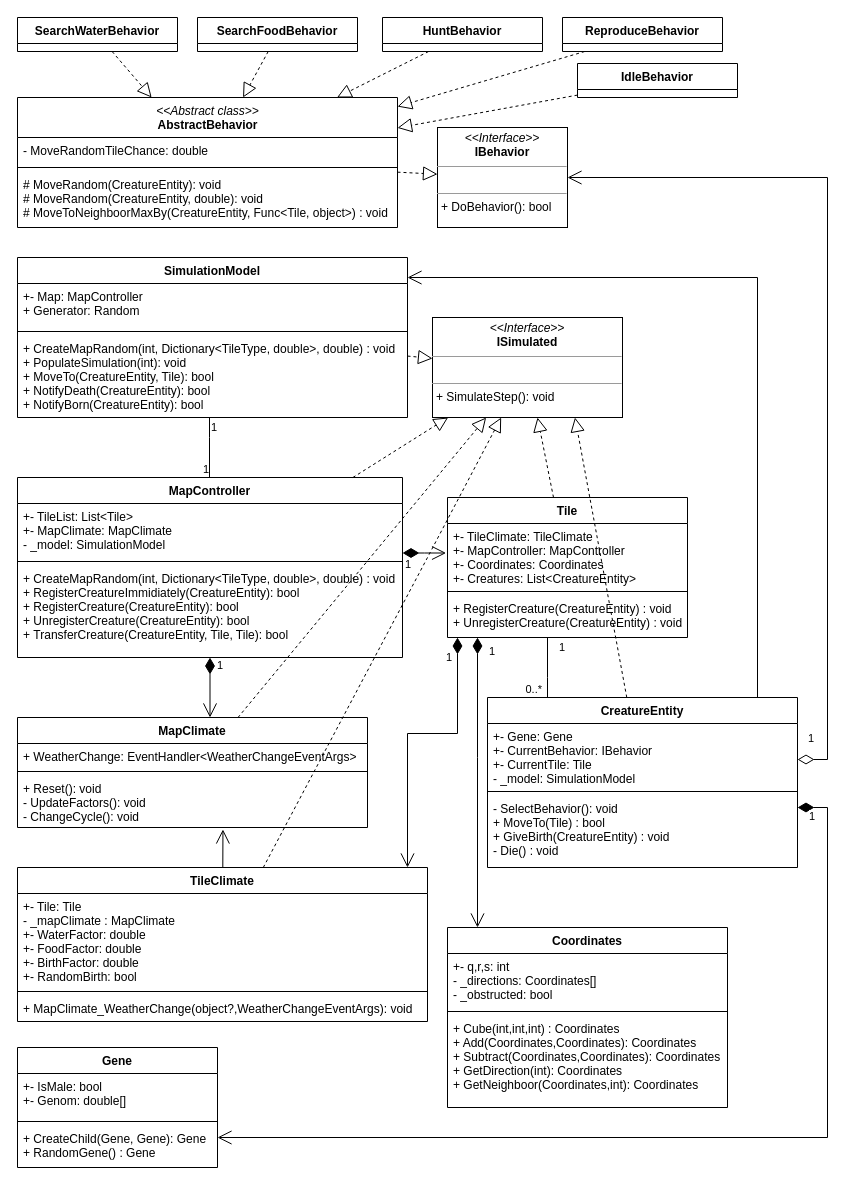
The draw.io diagram Planning/UML/uml-decomp.drawio in Stellarthoughts/Hexalife2D, before the edit. Source tidied: cells renumbered, new cells numbered last; positions are measured from the earlier drawing's top-left corner, leaving out a move shared by most shapes. Both pictures are drawn from the tidied source at 100%, with x=0, y=0 at pixel (17, 17).
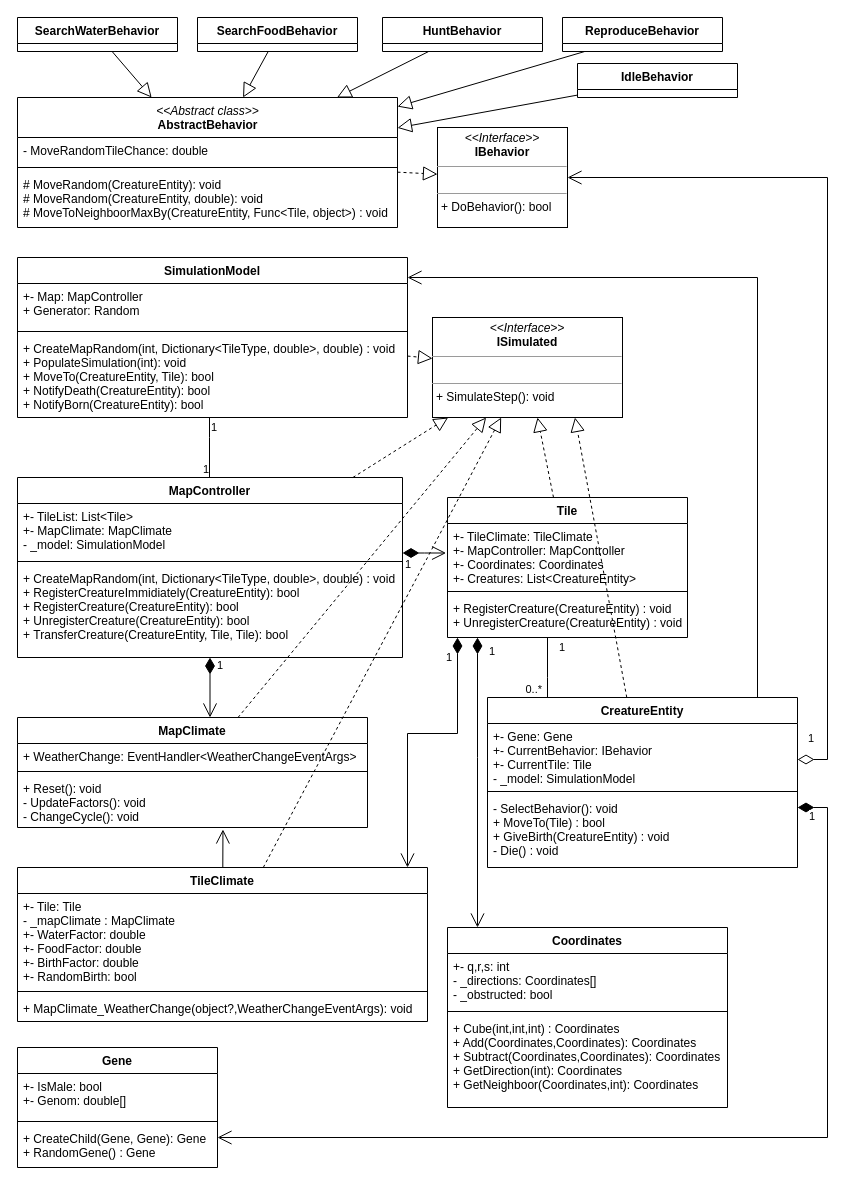
The same diagram, later.

Commit message (it also covers changes not shown here):
uml decomp

Unchanged cells that the change refers to:
```xml
<mxCell id="13" value="SearchWaterBehavior" style="swimlane;fontStyle=1;align=center;verticalAlign=top;horizontal=1;startSize=26;" parent="1" vertex="1">
  <mxGeometry width="160" height="34" as="geometry" />
</mxCell>
<mxCell id="14" value="SearchFoodBehavior" style="swimlane;fontStyle=1;align=center;verticalAlign=top;horizontal=1;startSize=26;" parent="1" vertex="1">
  <mxGeometry x="180" width="160" height="34" as="geometry" />
</mxCell>
<mxCell id="15" value="HuntBehavior" style="swimlane;fontStyle=1;align=center;verticalAlign=top;horizontal=1;startSize=26;" parent="1" vertex="1">
  <mxGeometry x="365" width="160" height="34" as="geometry" />
</mxCell>
<mxCell id="16" value="ReproduceBehavior" style="swimlane;fontStyle=1;align=center;verticalAlign=top;horizontal=1;startSize=26;" parent="1" vertex="1">
  <mxGeometry x="545" width="160" height="34" as="geometry" />
</mxCell>
<mxCell id="62" value="&amp;lt;&amp;lt;Abstract class&amp;gt;&amp;gt;&lt;br&gt;&lt;b style=&quot;font-style: normal&quot;&gt;AbstractBehavior&lt;/b&gt;" style="swimlane;fontStyle=2;align=center;verticalAlign=top;horizontal=1;startSize=40;html=1;" parent="1" vertex="1">
  <mxGeometry y="80" width="380" height="130" as="geometry" />
</mxCell>
<mxCell id="69" value="IdleBehavior" style="swimlane;fontStyle=1;align=center;verticalAlign=top;horizontal=1;startSize=26;" parent="1" vertex="1">
  <mxGeometry x="560" y="46" width="160" height="34" as="geometry" />
</mxCell>
```

Diff of the diagram source:
```diff
@@
-    <mxCell id="37" style="endArrow=block;dashed=1;endFill=0;endSize=12;html=1;rounded=0;" parent="1" edge="1" source="16" target="62">
+    <mxCell id="37" style="endArrow=block;endFill=0;endSize=12;html=1;rounded=0;" parent="1" edge="1" source="16" target="62">
       <mxGeometry relative="1" as="geometry" />
     </mxCell>
-    <mxCell id="38" style="endArrow=block;dashed=1;endFill=0;endSize=12;html=1;rounded=0;" parent="1" edge="1" source="15" target="62">
+    <mxCell id="38" style="endArrow=block;endFill=0;endSize=12;html=1;rounded=0;" parent="1" edge="1" source="15" target="62">
       <mxGeometry relative="1" as="geometry" />
     </mxCell>
-    <mxCell id="39" style="endArrow=block;dashed=1;endFill=0;endSize=12;html=1;rounded=0;" parent="1" edge="1" source="14" target="62">
+    <mxCell id="39" style="endArrow=block;endFill=0;endSize=12;html=1;rounded=0;" parent="1" edge="1" source="14" target="62">
       <mxGeometry relative="1" as="geometry" />
     </mxCell>
-    <mxCell id="40" style="endArrow=block;dashed=1;endFill=0;endSize=12;html=1;rounded=0;" parent="1" edge="1" source="13" target="62">
+    <mxCell id="40" style="endArrow=block;endFill=0;endSize=12;html=1;rounded=0;" parent="1" edge="1" source="13" target="62">
       <mxGeometry relative="1" as="geometry" />
     </mxCell>
@@
-    <mxCell id="70" style="endArrow=block;dashed=1;endFill=0;endSize=12;html=1;rounded=0;" parent="1" edge="1" source="69" target="62">
+    <mxCell id="70" style="endArrow=block;endFill=0;endSize=12;html=1;rounded=0;" parent="1" edge="1" source="69" target="62">
       <mxGeometry relative="1" as="geometry" />
     </mxCell>
```
